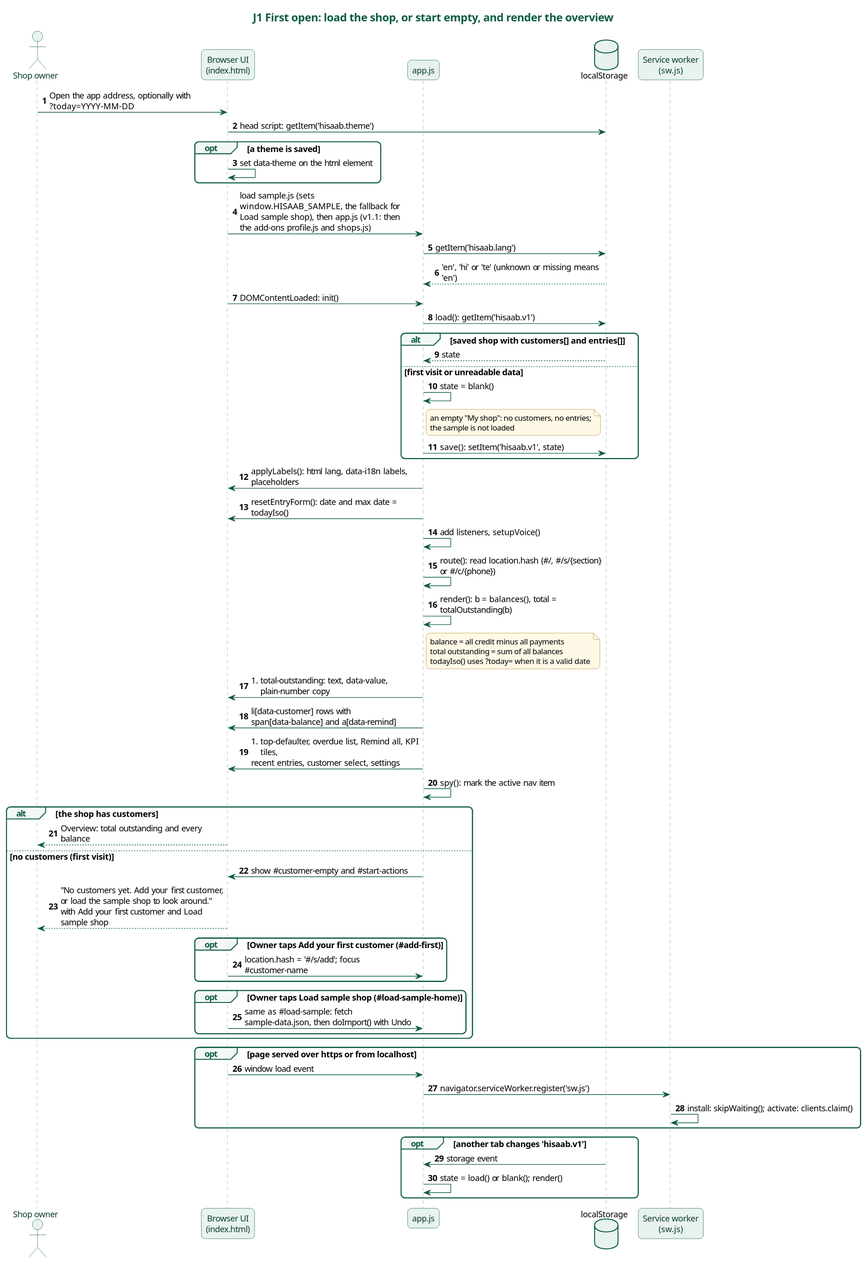
Earlier version of the PlantUML export docs/diagrams/j1-first-open.svg (karwasanjay007/hisaab-docs).
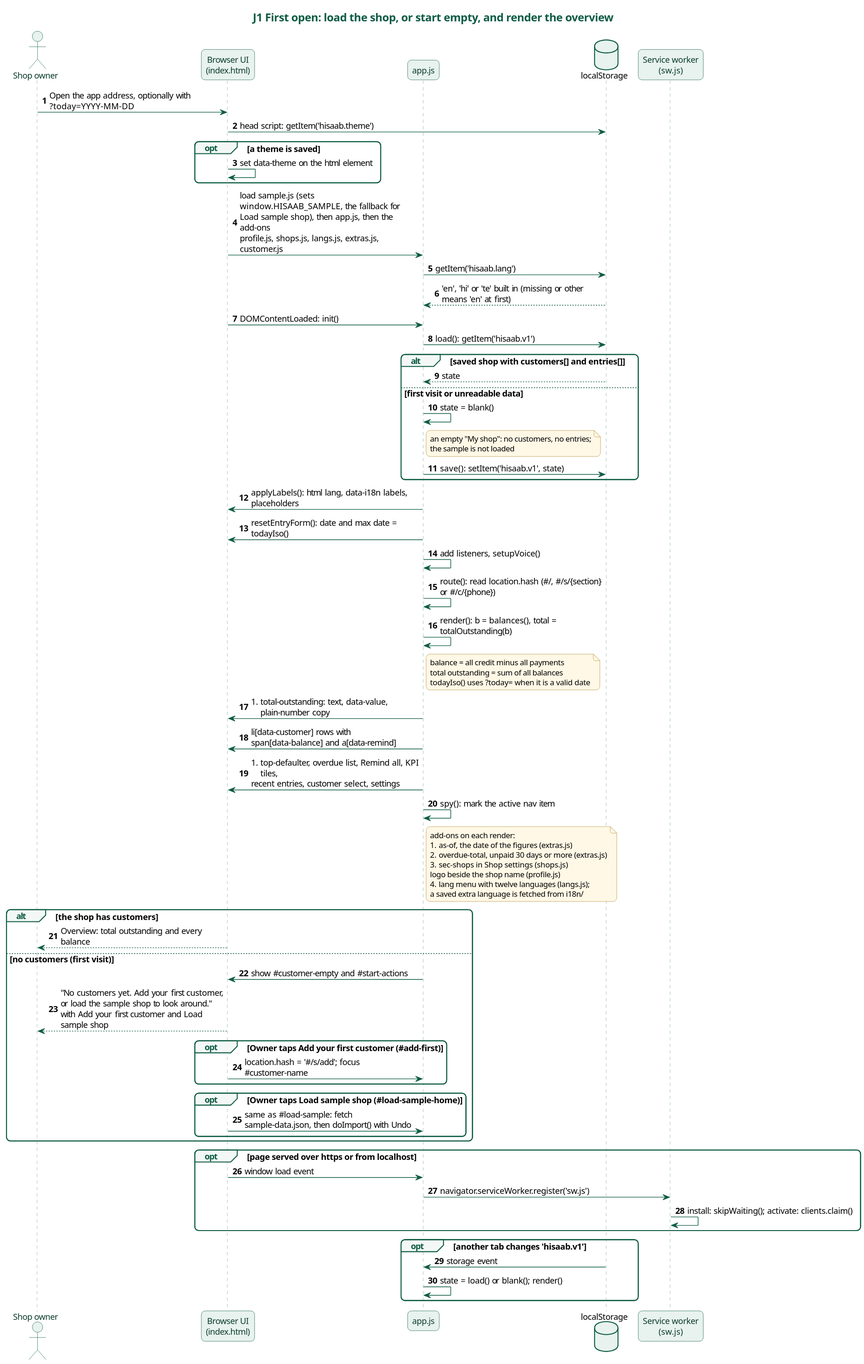
Later version of the same file.

The edit, as a diff of the source:
```diff
@@ -48,9 +48,9 @@
 opt a theme is saved
   UI -> UI : set data-theme on the html element
 end
-UI -> App : load sample.js (sets window.HISAAB_SAMPLE, the fallback for Load sample shop), then app.js (v1.1: then the add-ons profile.js and shops.js)
+UI -> App : load sample.js (sets window.HISAAB_SAMPLE, the fallback for Load sample shop), then app.js, then the add-ons\nprofile.js, shops.js, langs.js, extras.js, customer.js
 App -> LS : getItem('hisaab.lang')
-LS --> App : 'en', 'hi' or 'te' (unknown or missing means 'en')
+LS --> App : 'en', 'hi' or 'te' built in (missing or other means 'en' at first)
 UI -> App : DOMContentLoaded: init()
 App -> LS : load(): getItem('hisaab.v1')
 alt saved shop with customers[] and entries[]
@@ -74,6 +74,15 @@
 App -> UI : li[data-customer] rows with span[data-balance] and a[data-remind]
 App -> UI : #top-defaulter, overdue list, Remind all, KPI tiles,\nrecent entries, customer select, settings
 App -> App : spy(): mark the active nav item
+note right of App
+  add-ons on each render:
+  #as-of, the date of the figures (extras.js)
+  #overdue-total, unpaid 30 days or more (extras.js)
+  #sec-shops in Shop settings (shops.js)
+  logo beside the shop name (profile.js)
+  #lang menu with twelve languages (langs.js);
+  a saved extra language is fetched from i18n/
+end note
 alt the shop has customers
   UI --> Owner : Overview: total outstanding and every balance
 else no customers (first visit)
```
